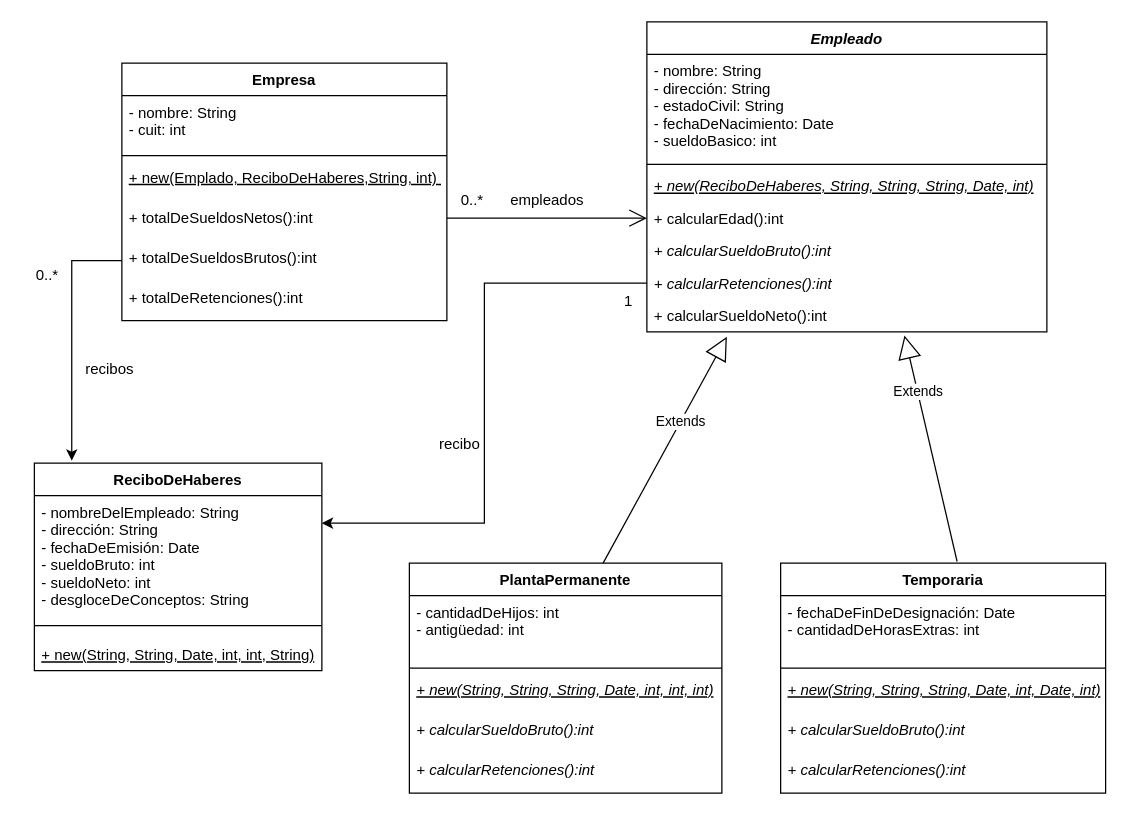
This is Ejercicio 1 - TP 02 - Obj2-UNQ.drawio from nhubczyk/Obj2-TP-02-UNQ, a draw.io file, before an edit. Source tidied: cells renumbered, new cells numbered last; positions are measured from the earlier drawing's top-left corner, leaving out a move shared by most shapes. Both pictures are drawn from the tidied source at 125%, with x=0, y=0 at pixel (21, 21).
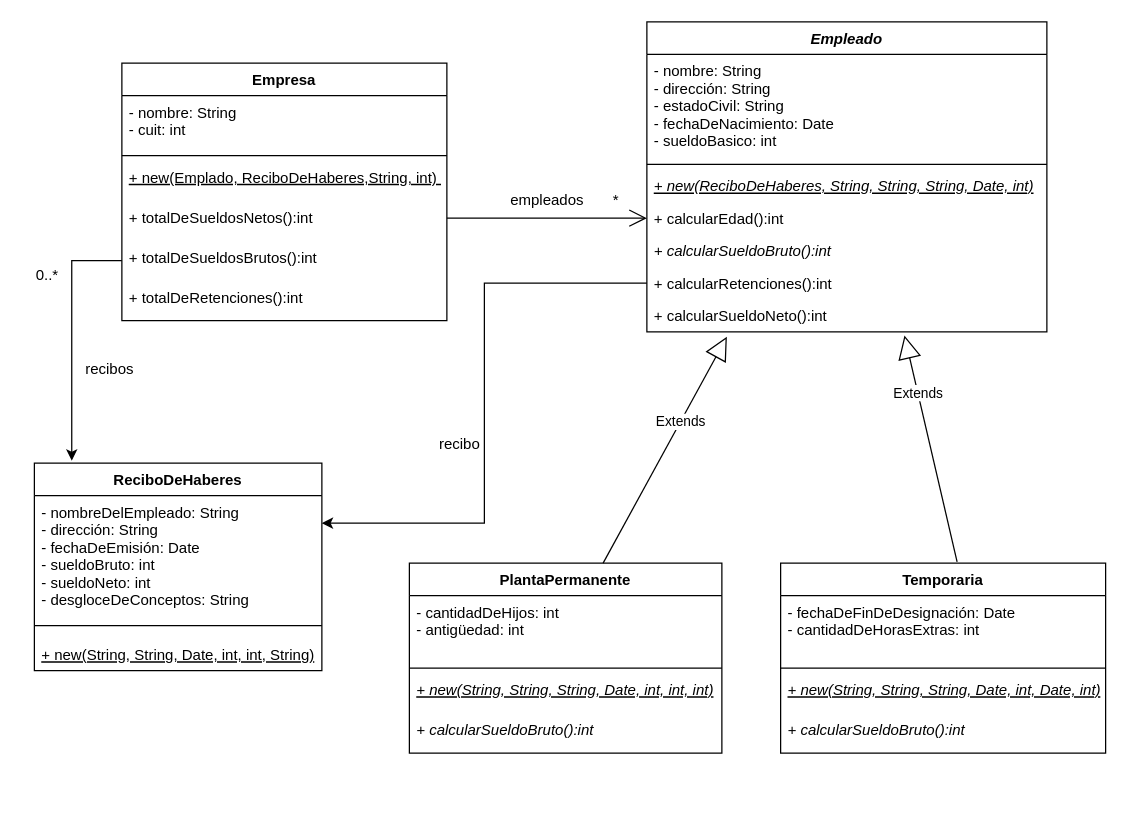
After the change.

The change refers to these unchanged cells:
```xml
<mxCell id="26" value="Empleado" style="swimlane;fontStyle=3;align=center;verticalAlign=top;horizontal=1;startSize=26;" parent="1" vertex="1">
  <mxGeometry x="500" width="320" height="248" as="geometry" />
</mxCell>
```

The edit, as a diff of the source:
```diff
@@
-    <mxCell id="11" value="0..*" style="text;html=1;align=center;verticalAlign=middle;strokeColor=none;fillColor=none;" parent="1" vertex="1">
-      <mxGeometry x="340" y="128" width="40" height="30" as="geometry" />
-    </mxCell>
     <mxCell id="12" value="PlantaPermanente" style="swimlane;fontStyle=1;align=center;verticalAlign=top;horizontal=1;startSize=26;" parent="1" vertex="1">
-      <mxGeometry x="310" y="433" width="250" height="184" as="geometry" />
+      <mxGeometry x="310" y="433" width="250" height="152" as="geometry" />
     </mxCell>
@@
-    <mxCell id="17" value="+ calcularRetenciones():int&#10;" style="text;strokeColor=none;fillColor=none;align=left;verticalAlign=top;spacingLeft=4;spacingRight=4;overflow=hidden;fontStyle=2;" parent="12" vertex="1">
-      <mxGeometry y="152" width="250" height="32" as="geometry" />
-    </mxCell>
     <mxCell id="18" value="Temporaria" style="swimlane;fontStyle=1;align=center;verticalAlign=top;horizontal=1;startSize=26;" parent="1" vertex="1">
-      <mxGeometry x="607" y="433" width="260" height="184" as="geometry" />
+      <mxGeometry x="607" y="433" width="260" height="152" as="geometry" />
     </mxCell>
@@
-    <mxCell id="23" value="+ calcularRetenciones():int" style="text;strokeColor=none;fillColor=none;align=left;verticalAlign=top;spacingLeft=4;spacingRight=4;overflow=hidden;fontStyle=2;" parent="18" vertex="1">
-      <mxGeometry y="152" width="260" height="32" as="geometry" />
-    </mxCell>
@@
-    <mxCell id="32" value="+ calcularRetenciones():int" style="text;strokeColor=none;fillColor=none;align=left;verticalAlign=top;spacingLeft=4;spacingRight=4;overflow=hidden;points=[[0,0.5],[1,0.5]];portConstraint=eastwest;fontStyle=2;" parent="26" vertex="1">
+    <mxCell id="32" value="+ calcularRetenciones():int" style="text;strokeColor=none;fillColor=none;align=left;verticalAlign=top;spacingLeft=4;spacingRight=4;overflow=hidden;points=[[0,0.5],[1,0.5]];portConstraint=eastwest;fontStyle=0;" parent="26" vertex="1">
       <mxGeometry y="196" width="320" height="26" as="geometry" />
     </mxCell>
@@
-    <mxCell id="43" value="1" style="text;html=1;align=center;verticalAlign=middle;strokeColor=none;fillColor=none;" parent="1" vertex="1">
-      <mxGeometry x="470" y="209" width="30" height="30" as="geometry" />
-    </mxCell>
+    <mxCell id="44" value="*" style="text;html=1;align=center;verticalAlign=middle;strokeColor=none;fillColor=none;" parent="1" vertex="1">
+      <mxGeometry x="460" y="128" width="30" height="30" as="geometry" />
+    </mxCell>
```
